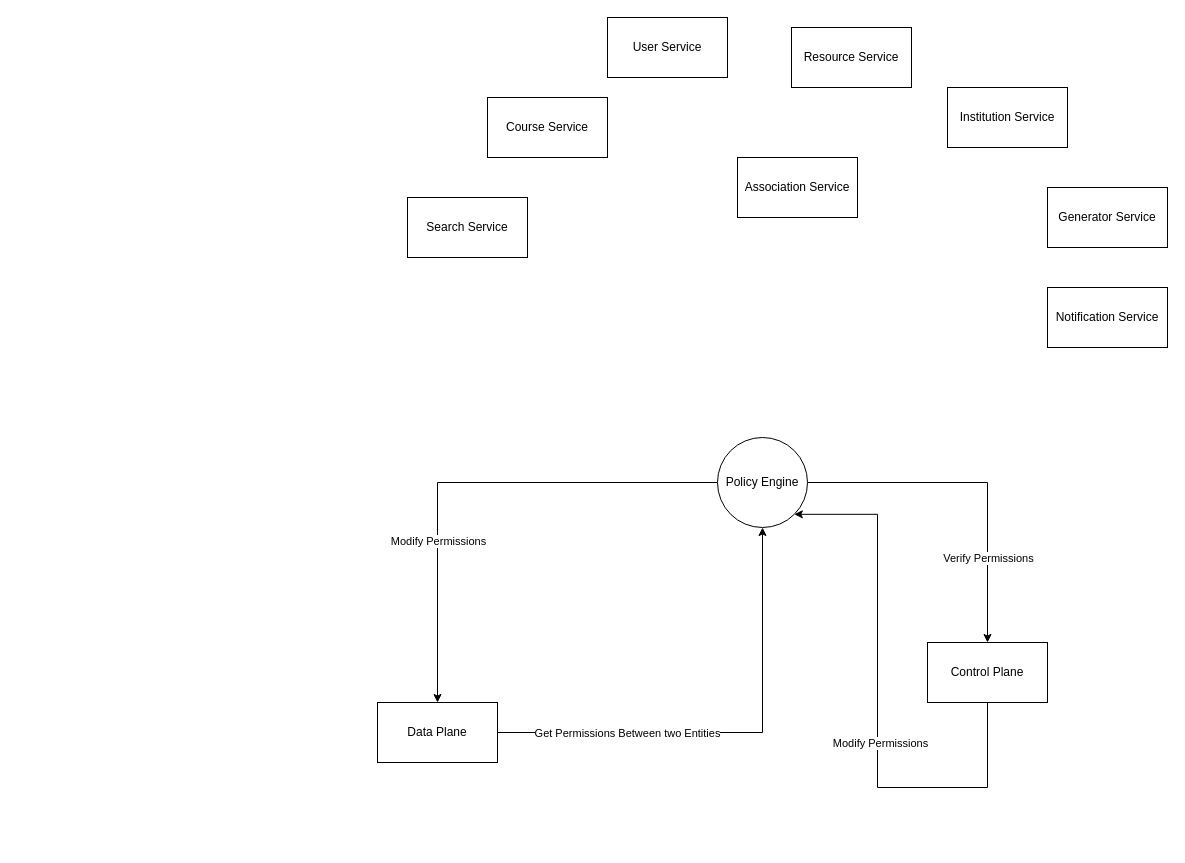
Above: diagrams/ContextDFD/Policy Engine System Context Diagram.drawio in Apollo-LW/Apollo-LW (draw.io), before the change. Source tidied: cells renumbered, new cells numbered last; positions are measured from the earlier drawing's top-left corner, leaving out a move shared by most shapes. Both pictures are drawn from the tidied source at 100%, with x=0, y=0 at pixel (377, 17).
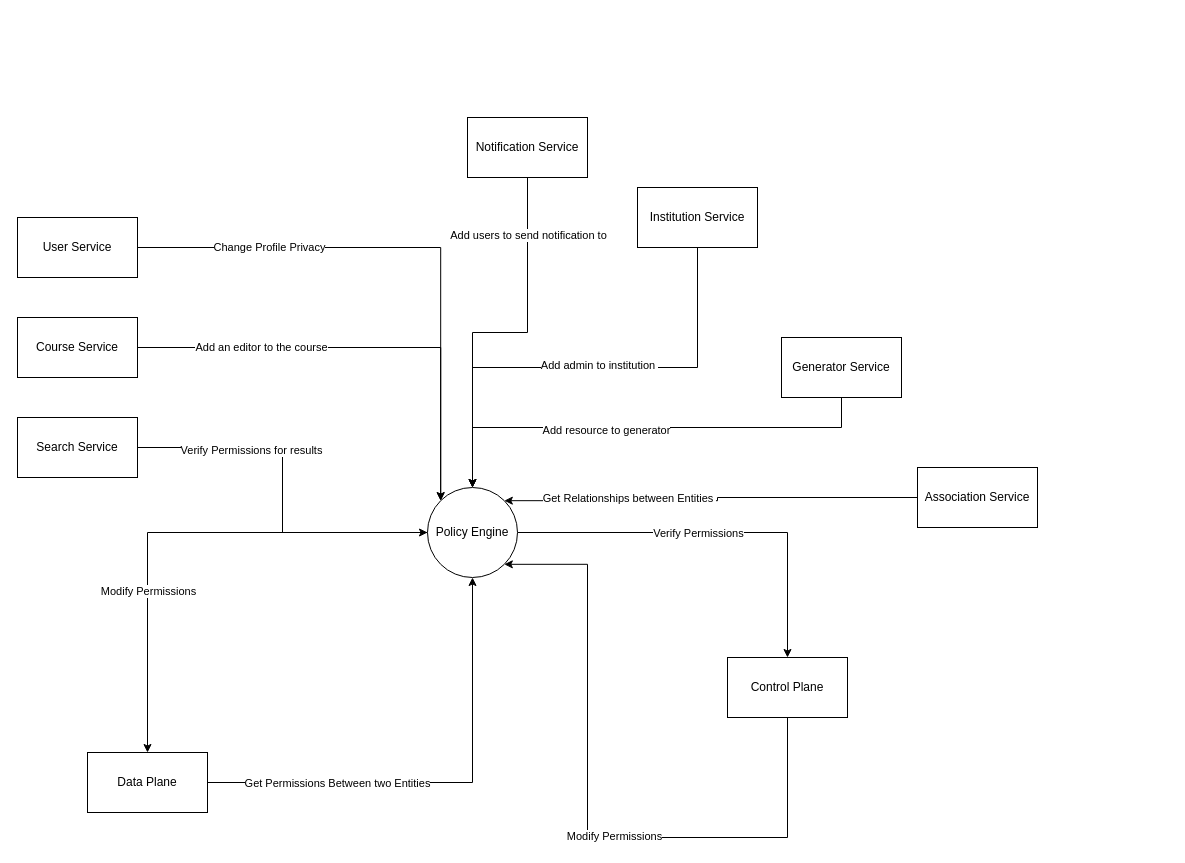
Above is the later version.

Commit message:
Add interactions between different entities

Unchanged cells that the change refers to:
```xml
<mxCell id="2" style="edgeStyle=orthogonalEdgeStyle;rounded=0;jettySize=auto;html=1;entryX=0.5;entryY=0;entryDx=0;entryDy=0;" parent="1" edge="1" source="6" target="9">
  <mxGeometry relative="1" as="geometry" />
</mxCell>
```

The edit, as a diff of the source:
```diff
@@
     <mxCell id="3" value="Verify Permissions" style="edgeLabel;html=1;align=center;verticalAlign=middle;" parent="2" vertex="1">
       <mxGeometry x="0.1" y="1" relative="1" as="geometry">
-        <mxPoint x="-1" y="68" as="offset" />
+        <mxPoint x="-37" y="1" as="offset" />
       </mxGeometry>
     </mxCell>
@@
     <mxCell id="6" value="Policy Engine" style="ellipse;whiteSpace=wrap;html=1;" parent="1" vertex="1">
-      <mxGeometry x="340" y="420" width="90" height="90" as="geometry" />
+      <mxGeometry x="50" y="470" width="90" height="90" as="geometry" />
     </mxCell>
     <mxCell id="7" style="edgeStyle=orthogonalEdgeStyle;rounded=0;jettySize=auto;html=1;entryX=1;entryY=1;entryDx=0;entryDy=0;" parent="1" edge="1" source="9" target="6">
       <mxGeometry relative="1" as="geometry">
         <Array as="points">
-          <mxPoint x="500" y="770" />
-          <mxPoint x="500" y="497" />
+          <mxPoint x="210" y="820" />
+          <mxPoint x="210" y="547" />
         </Array>
       </mxGeometry>
     </mxCell>
@@
     <mxCell id="9" value="Control Plane" style="rounded=0;whiteSpace=wrap;html=1;" parent="1" vertex="1">
-      <mxGeometry x="550" y="625" width="120" height="60" as="geometry" />
+      <mxGeometry x="350" y="640" width="120" height="60" as="geometry" />
     </mxCell>
     <mxCell id="10" style="edgeStyle=orthogonalEdgeStyle;rounded=0;jettySize=auto;html=1;entryX=0.5;entryY=1;entryDx=0;entryDy=0;" parent="1" edge="1" source="12" target="6">
       <mxGeometry relative="1" as="geometry">
         <Array as="points">
-          <mxPoint x="385" y="715" />
+          <mxPoint x="95" y="765" />
         </Array>
       </mxGeometry>
     </mxCell>
@@
     <mxCell id="12" value="Data Plane" style="rounded=0;whiteSpace=wrap;html=1;" parent="1" vertex="1">
-      <mxGeometry y="685" width="120" height="60" as="geometry" />
+      <mxGeometry x="-290" y="735" width="120" height="60" as="geometry" />
     </mxCell>
+    <mxCell id="21" style="edgeStyle=orthogonalEdgeStyle;rounded=0;jettySize=auto;html=1;entryX=0;entryY=0;entryDx=0;entryDy=0;" parent="1" edge="1" source="13" target="6">
+      <mxGeometry relative="1" as="geometry" />
+    </mxCell>
+    <mxCell id="22" value="Add an editor to the course" style="edgeLabel;html=1;align=center;verticalAlign=middle;" parent="21" vertex="1">
+      <mxGeometry x="-0.46" y="1" relative="1" as="geometry" />
+    </mxCell>
     <mxCell id="13" value="Course Service" style="rounded=0;whiteSpace=wrap;html=1;" parent="1" vertex="1">
-      <mxGeometry x="110" y="80" width="120" height="60" as="geometry" />
+      <mxGeometry x="-360" y="300" width="120" height="60" as="geometry" />
     </mxCell>
+    <mxCell id="23" style="edgeStyle=orthogonalEdgeStyle;rounded=0;jettySize=auto;html=1;entryX=0;entryY=0;entryDx=0;entryDy=0;" parent="1" edge="1" source="14" target="6">
+      <mxGeometry relative="1" as="geometry" />
+    </mxCell>
+    <mxCell id="24" value="Change Profile Privacy" style="edgeLabel;html=1;align=center;verticalAlign=middle;" parent="23" vertex="1">
+      <mxGeometry x="-0.53" y="1" relative="1" as="geometry" />
+    </mxCell>
     <mxCell id="14" value="User Service" style="rounded=0;whiteSpace=wrap;html=1;" parent="1" vertex="1">
-      <mxGeometry x="230" width="120" height="60" as="geometry" />
+      <mxGeometry x="-360" y="200" width="120" height="60" as="geometry" />
     </mxCell>
-    <mxCell id="15" value="Resource Service" style="rounded=0;whiteSpace=wrap;html=1;" parent="1" vertex="1">
-      <mxGeometry x="414" y="10" width="120" height="60" as="geometry" />
-    </mxCell>
+    <mxCell id="25" style="edgeStyle=orthogonalEdgeStyle;rounded=0;jettySize=auto;html=1;entryX=0.5;entryY=0;entryDx=0;entryDy=0;" parent="1" edge="1" source="16" target="6">
+      <mxGeometry relative="1" as="geometry">
+        <Array as="points">
+          <mxPoint x="320" y="350" />
+          <mxPoint x="95" y="350" />
+        </Array>
+      </mxGeometry>
+    </mxCell>
+    <mxCell id="26" value="Add admin to institution&amp;nbsp;" style="edgeLabel;html=1;align=center;verticalAlign=middle;" parent="25" vertex="1">
+      <mxGeometry x="-0.06" y="-3" relative="1" as="geometry" />
+    </mxCell>
     <mxCell id="16" value="Institution Service" style="rounded=0;whiteSpace=wrap;html=1;" parent="1" vertex="1">
-      <mxGeometry x="570" y="70" width="120" height="60" as="geometry" />
+      <mxGeometry x="260" y="170" width="120" height="60" as="geometry" />
     </mxCell>
+    <mxCell id="27" style="edgeStyle=orthogonalEdgeStyle;rounded=0;jettySize=auto;html=1;entryX=0;entryY=0.5;entryDx=0;entryDy=0;" parent="1" edge="1" source="17" target="6">
+      <mxGeometry relative="1" as="geometry" />
+    </mxCell>
+    <mxCell id="28" value="Verify Permissions for results" style="edgeLabel;html=1;align=center;verticalAlign=middle;" parent="27" vertex="1">
+      <mxGeometry x="-0.4" y="-2" relative="1" as="geometry" />
+    </mxCell>
     <mxCell id="17" value="Search Service" style="rounded=0;whiteSpace=wrap;html=1;" parent="1" vertex="1">
-      <mxGeometry x="30" y="180" width="120" height="60" as="geometry" />
+      <mxGeometry x="-360" y="400" width="120" height="60" as="geometry" />
     </mxCell>
+    <mxCell id="29" style="edgeStyle=orthogonalEdgeStyle;rounded=0;jettySize=auto;html=1;entryX=0.5;entryY=0;entryDx=0;entryDy=0;" parent="1" edge="1" source="18" target="6">
+      <mxGeometry relative="1" as="geometry">
+        <Array as="points">
+          <mxPoint x="464" y="410" />
+          <mxPoint x="95" y="410" />
+        </Array>
+      </mxGeometry>
+    </mxCell>
+    <mxCell id="30" value="Add resource to generator" style="edgeLabel;html=1;align=center;verticalAlign=middle;" parent="29" vertex="1">
+      <mxGeometry x="0.16" y="2" relative="1" as="geometry" />
+    </mxCell>
     <mxCell id="18" value="Generator Service" style="rounded=0;whiteSpace=wrap;html=1;" parent="1" vertex="1">
-      <mxGeometry x="670" y="170" width="120" height="60" as="geometry" />
+      <mxGeometry x="404" y="320" width="120" height="60" as="geometry" />
     </mxCell>
+    <mxCell id="31" style="edgeStyle=orthogonalEdgeStyle;rounded=0;jettySize=auto;html=1;entryX=0.5;entryY=0;entryDx=0;entryDy=0;" parent="1" edge="1" source="19" target="6">
+      <mxGeometry relative="1" as="geometry" />
+    </mxCell>
+    <mxCell id="32" value="Add users to send notification to" style="edgeLabel;html=1;align=center;verticalAlign=middle;" parent="31" vertex="1">
+      <mxGeometry x="-0.69" relative="1" as="geometry" />
+    </mxCell>
     <mxCell id="19" value="Notification Service" style="rounded=0;whiteSpace=wrap;html=1;" parent="1" vertex="1">
-      <mxGeometry x="670" y="270" width="120" height="60" as="geometry" />
+      <mxGeometry x="90" y="100" width="120" height="60" as="geometry" />
     </mxCell>
+    <mxCell id="33" style="edgeStyle=orthogonalEdgeStyle;rounded=0;jettySize=auto;html=1;entryX=1;entryY=0;entryDx=0;entryDy=0;" parent="1" edge="1" source="20" target="6">
+      <mxGeometry relative="1" as="geometry" />
+    </mxCell>
+    <mxCell id="34" value="Get Relationships between Entities&amp;nbsp;" style="edgeLabel;html=1;align=center;verticalAlign=middle;" parent="33" vertex="1">
+      <mxGeometry x="-0.34" y="1" relative="1" as="geometry">
+        <mxPoint x="-152" y="-1" as="offset" />
+      </mxGeometry>
+    </mxCell>
     <mxCell id="20" value="Association Service" style="rounded=0;whiteSpace=wrap;html=1;" parent="1" vertex="1">
-      <mxGeometry x="360" y="140" width="120" height="60" as="geometry" />
+      <mxGeometry x="540" y="450" width="120" height="60" as="geometry" />
     </mxCell>
```
